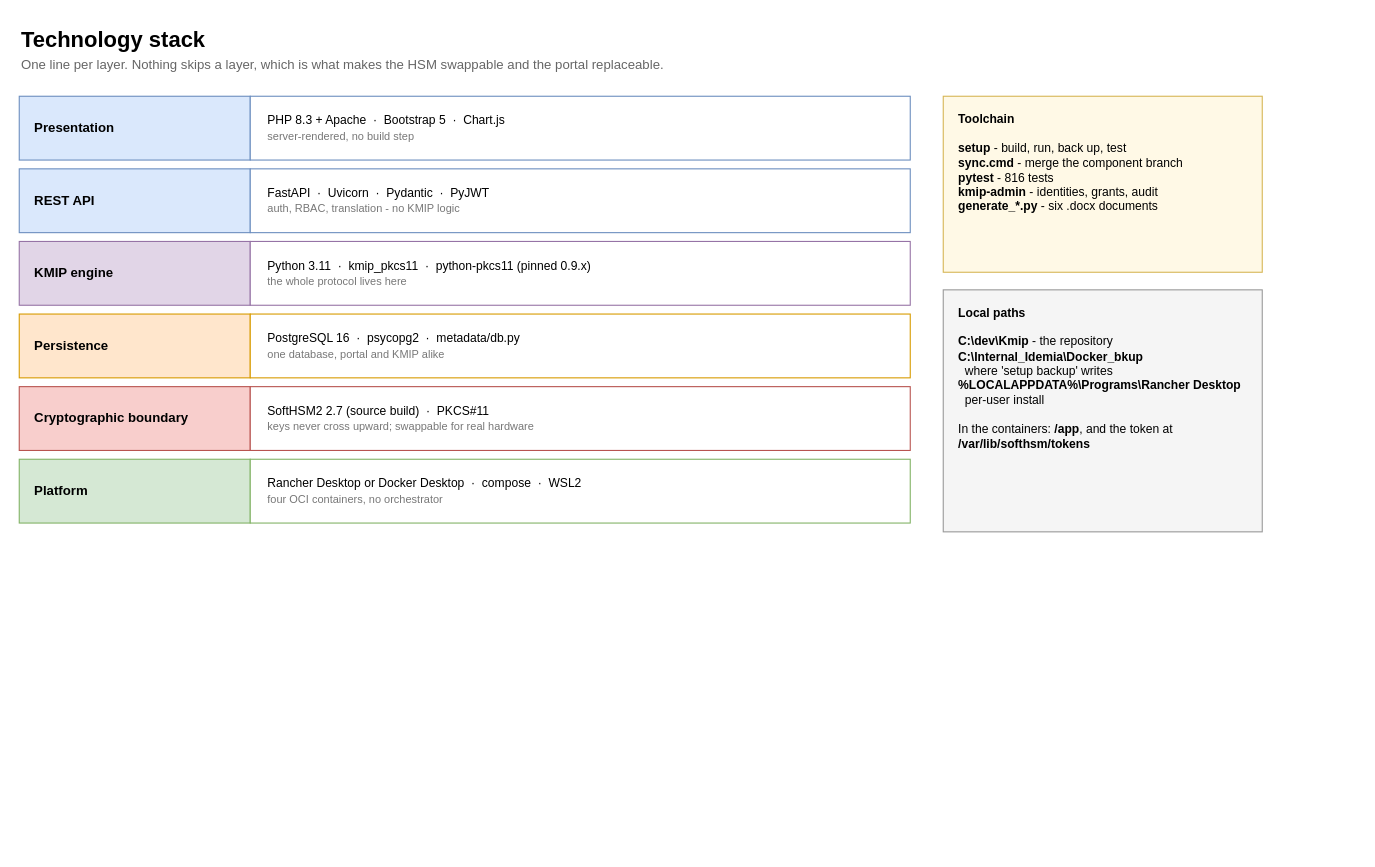
Gaillotte/Noida keeps this draw.io diagram as page "Technology stack" (2 of 2) of cryptohub_lite/docs/architecture.drawio. Above is the earlier version. Source tidied: cells renumbered, new cells numbered last; positions are measured from the earlier drawing's top-left corner, leaving out a move shared by most shapes. Both pictures are drawn from the tidied source at 110%, with x=0, y=0 at pixel (19, 19).
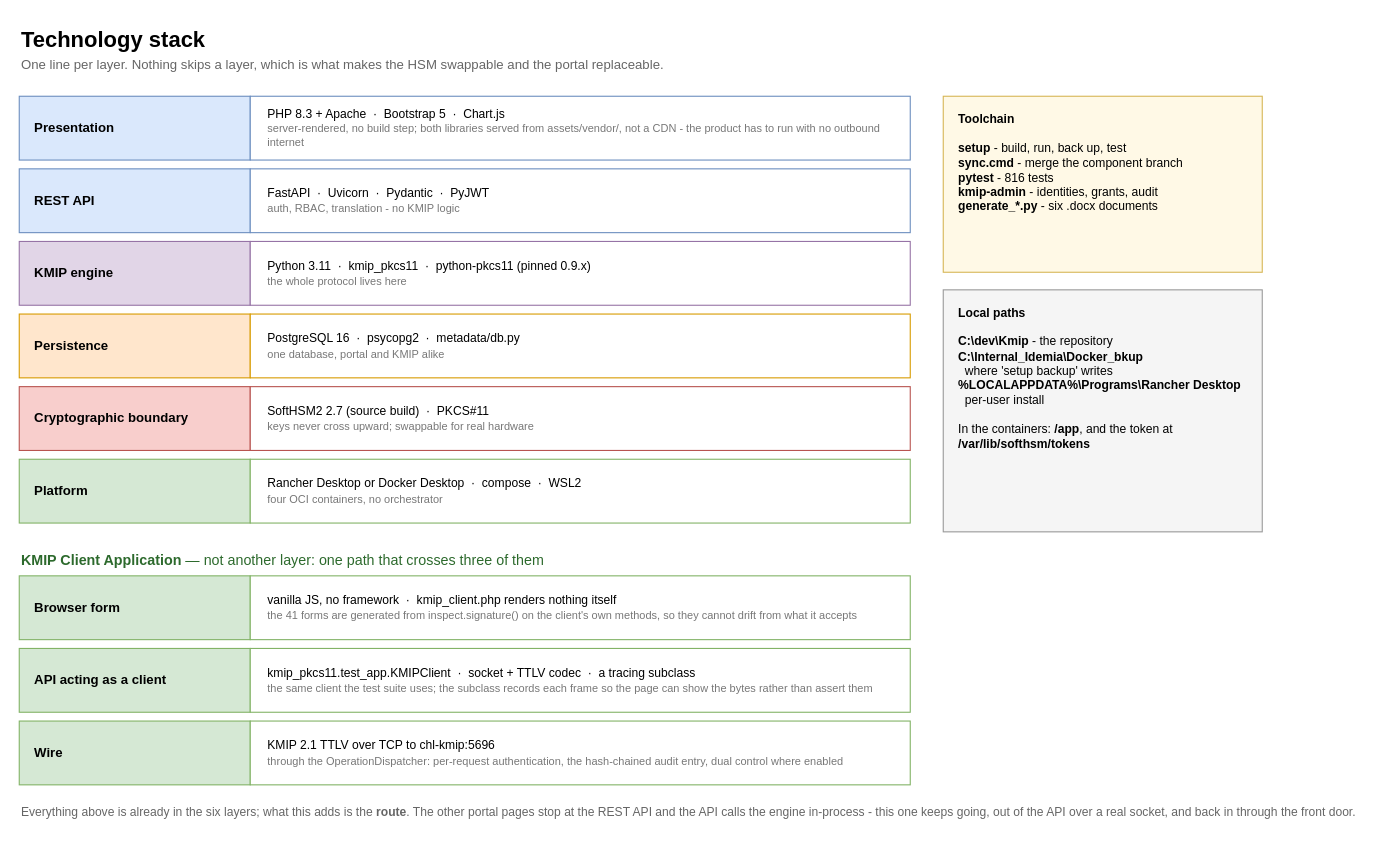
Above is the later version.

Diff of the diagram source:
```diff
@@
-    <mxCell id="5" value="PHP 8.3 + Apache&amp;nbsp; &amp;middot;&amp;nbsp; Bootstrap 5&amp;nbsp; &amp;middot;&amp;nbsp; Chart.js&lt;br/&gt;&lt;font style=&quot;font-size:10px;color:#777&quot;&gt;server-rendered, no build step&lt;/font&gt;" style="rounded=0;whiteSpace=wrap;html=1;fillColor=#ffffff;strokeColor=#6c8ebf;align=left;spacingLeft=14;fontSize=11;" parent="1" vertex="1">
+    <mxCell id="5" value="PHP 8.3 + Apache&amp;nbsp; &amp;middot;&amp;nbsp; Bootstrap 5&amp;nbsp; &amp;middot;&amp;nbsp; Chart.js&lt;br/&gt;&lt;font style=&quot;font-size:10px;color:#777&quot;&gt;server-rendered, no build step; both libraries served from assets/vendor/, not a CDN - the product has to run with no outbound internet&lt;/font&gt;" style="rounded=0;whiteSpace=wrap;html=1;fillColor=#ffffff;strokeColor=#6c8ebf;align=left;spacingLeft=14;fontSize=11;" parent="1" vertex="1">
       <mxGeometry x="210" y="70" width="600" height="58" as="geometry" />
     </mxCell>
@@
+    <mxCell id="18" value="&lt;b&gt;KMIP Client Application&lt;/b&gt; &amp;mdash; not another layer: one path that crosses three of them" style="text;html=1;fontSize=13;fontColor=#2d6a2d;align=left;" parent="1" vertex="1">
+      <mxGeometry y="478" width="800" height="22" as="geometry" />
+    </mxCell>
+    <mxCell id="19" value="&lt;b&gt;Browser form&lt;/b&gt;" style="rounded=0;whiteSpace=wrap;html=1;fillColor=#d5e8d4;strokeColor=#82b366;align=left;spacingLeft=12;fontSize=12;" parent="1" vertex="1">
+      <mxGeometry y="506" width="210" height="58" as="geometry" />
+    </mxCell>
+    <mxCell id="20" value="vanilla JS, no framework&amp;nbsp; &amp;middot;&amp;nbsp; kmip_client.php renders nothing itself&lt;br/&gt;&lt;font style='font-size:10px;color:#777'&gt;the 41 forms are generated from inspect.signature() on the client's own methods, so they cannot drift from what it accepts&lt;/font&gt;" style="rounded=0;whiteSpace=wrap;html=1;fillColor=#ffffff;strokeColor=#82b366;align=left;spacingLeft=14;fontSize=11;" parent="1" vertex="1">
+      <mxGeometry x="210" y="506" width="600" height="58" as="geometry" />
+    </mxCell>
+    <mxCell id="21" value="&lt;b&gt;API acting as a client&lt;/b&gt;" style="rounded=0;whiteSpace=wrap;html=1;fillColor=#d5e8d4;strokeColor=#82b366;align=left;spacingLeft=12;fontSize=12;" parent="1" vertex="1">
+      <mxGeometry y="572" width="210" height="58" as="geometry" />
+    </mxCell>
+    <mxCell id="22" value="kmip_pkcs11.test_app.KMIPClient&amp;nbsp; &amp;middot;&amp;nbsp; socket + TTLV codec&amp;nbsp; &amp;middot;&amp;nbsp; a tracing subclass&lt;br/&gt;&lt;font style='font-size:10px;color:#777'&gt;the same client the test suite uses; the subclass records each frame so the page can show the bytes rather than assert them&lt;/font&gt;" style="rounded=0;whiteSpace=wrap;html=1;fillColor=#ffffff;strokeColor=#82b366;align=left;spacingLeft=14;fontSize=11;" parent="1" vertex="1">
+      <mxGeometry x="210" y="572" width="600" height="58" as="geometry" />
+    </mxCell>
+    <mxCell id="23" value="&lt;b&gt;Wire&lt;/b&gt;" style="rounded=0;whiteSpace=wrap;html=1;fillColor=#d5e8d4;strokeColor=#82b366;align=left;spacingLeft=12;fontSize=12;" parent="1" vertex="1">
+      <mxGeometry y="638" width="210" height="58" as="geometry" />
+    </mxCell>
+    <mxCell id="24" value="KMIP 2.1 TTLV over TCP to chl-kmip:5696&lt;br/&gt;&lt;font style='font-size:10px;color:#777'&gt;through the OperationDispatcher: per-request authentication, the hash-chained audit entry, dual control where enabled&lt;/font&gt;" style="rounded=0;whiteSpace=wrap;html=1;fillColor=#ffffff;strokeColor=#82b366;align=left;spacingLeft=14;fontSize=11;" parent="1" vertex="1">
+      <mxGeometry x="210" y="638" width="600" height="58" as="geometry" />
+    </mxCell>
+    <mxCell id="25" value="Everything above is already in the six layers; what this adds is the &lt;b&gt;route&lt;/b&gt;. The other portal pages stop at the REST API and the API calls the engine in-process - this one keeps going, out of the API over a real socket, and back in through the front door." style="text;html=1;fontSize=11;fontColor=#666666;align=left;" parent="1" vertex="1">
+      <mxGeometry y="708" width="810" height="46" as="geometry" />
+    </mxCell>
```
